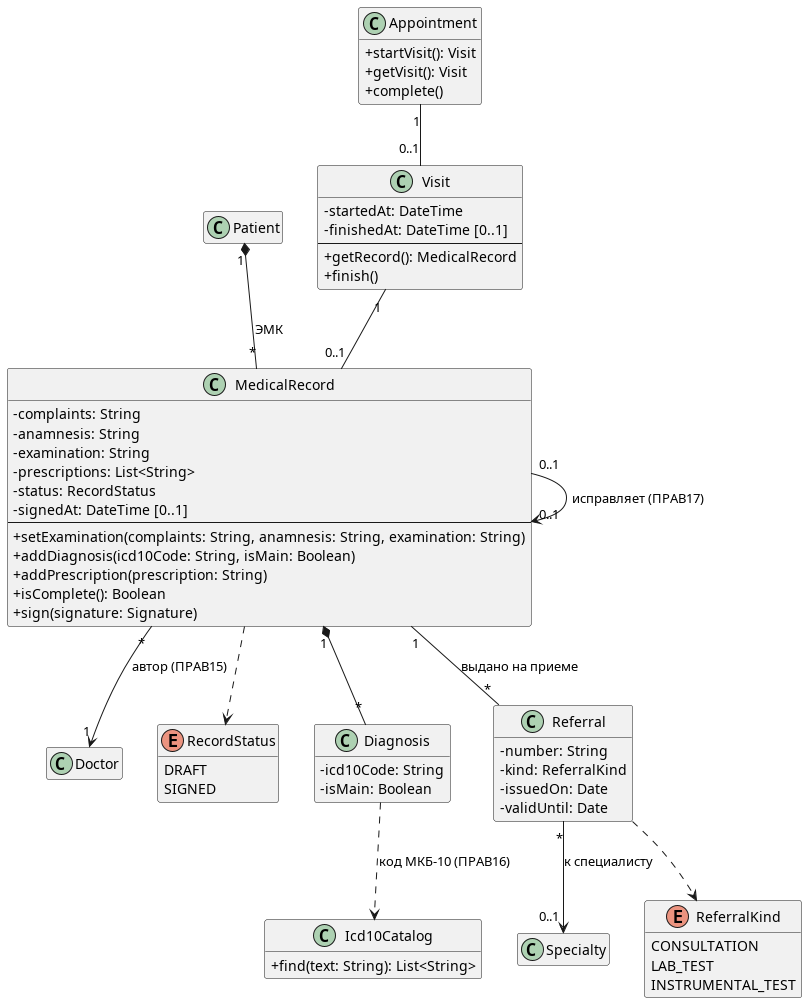
Before: img/classes-visit.png, a diagram exported from PlantUML (penamarth/bsbo-11-24_team3_var3_clinic). Its diagram source:
```plantuml
@startuml classes-visit
skinparam classAttributeIconSize 0
hide empty members

class Patient
class Appointment {
  + startVisit(): Visit
  + getVisit(): Visit
  + complete()
}
class Doctor
class Specialty
class Visit {
  - startedAt: DateTime
  - finishedAt: DateTime [0..1]
  --
  + getRecord(): MedicalRecord
  + finish()
}
class MedicalRecord {
  - complaints: String
  - anamnesis: String
  - examination: String
  - prescriptions: List<String>
  - status: RecordStatus
  - signedAt: DateTime [0..1]
  --
  + setExamination(complaints: String, anamnesis: String, examination: String)
  + addDiagnosis(icd10Code: String, isMain: Boolean)
  + addPrescription(prescription: String)
  + isComplete(): Boolean
  + sign(signature: Signature)
}
enum RecordStatus {
  DRAFT
  SIGNED
}
class Diagnosis {
  - icd10Code: String
  - isMain: Boolean
}
class Referral {
  - number: String
  - kind: ReferralKind
  - issuedOn: Date
  - validUntil: Date
}
enum ReferralKind {
  CONSULTATION
  LAB_TEST
  INSTRUMENTAL_TEST
}
class Icd10Catalog {
  + find(text: String): List<String>
}

Patient "1" *-- "*" MedicalRecord : ЭМК
MedicalRecord "1" *-- "*" Diagnosis
MedicalRecord "0..1" --> "0..1" MedicalRecord : исправляет (ПРАВ17)
MedicalRecord ..> RecordStatus
Appointment "1" -- "0..1" Visit
Visit "1" -- "0..1" MedicalRecord
MedicalRecord "*" --> "1" Doctor : автор (ПРАВ15)
MedicalRecord "1" -- "*" Referral : выдано на приеме
Referral "*" --> "0..1" Specialty : к специалисту
Referral ..> ReferralKind
Diagnosis ..> Icd10Catalog : код МКБ-10 (ПРАВ16)

@enduml
```
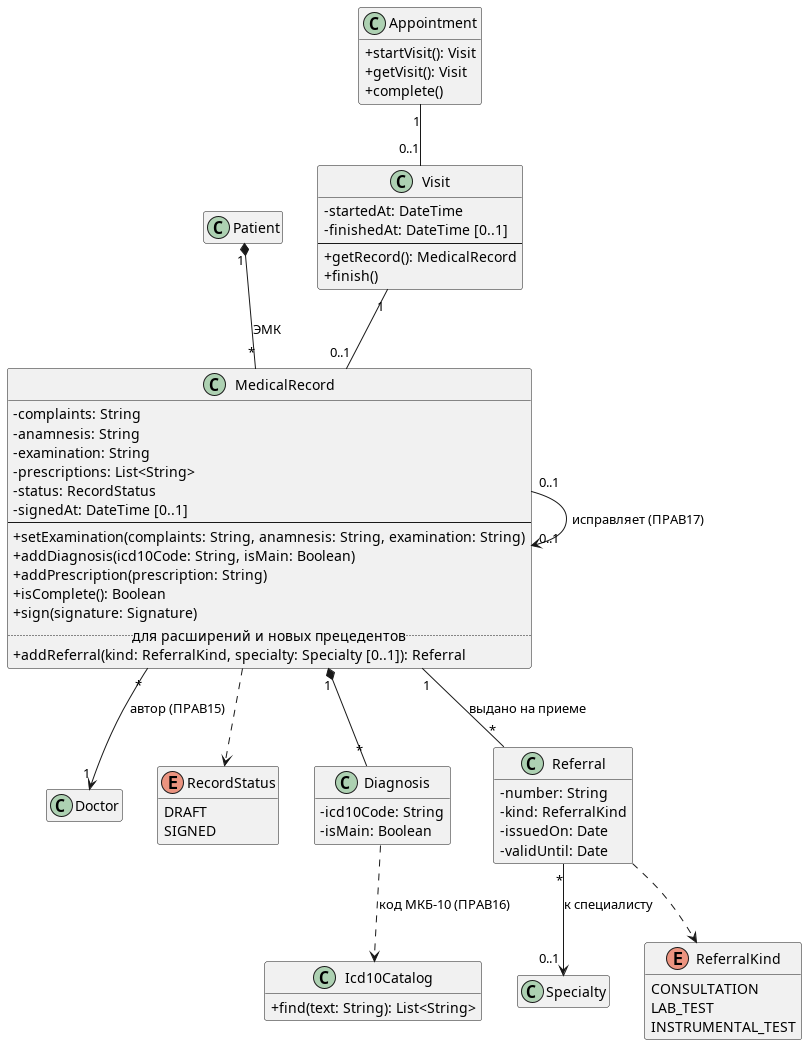
After the change.

Commit message:
выдача направления в диаграмме классов

Change to the diagram source:
```diff
@@ -30,6 +30,8 @@
   + addPrescription(prescription: String)
   + isComplete(): Boolean
   + sign(signature: Signature)
+  .. для расширений и новых прецедентов ..
+  + addReferral(kind: ReferralKind, specialty: Specialty [0..1]): Referral
 }
 enum RecordStatus {
   DRAFT
```
